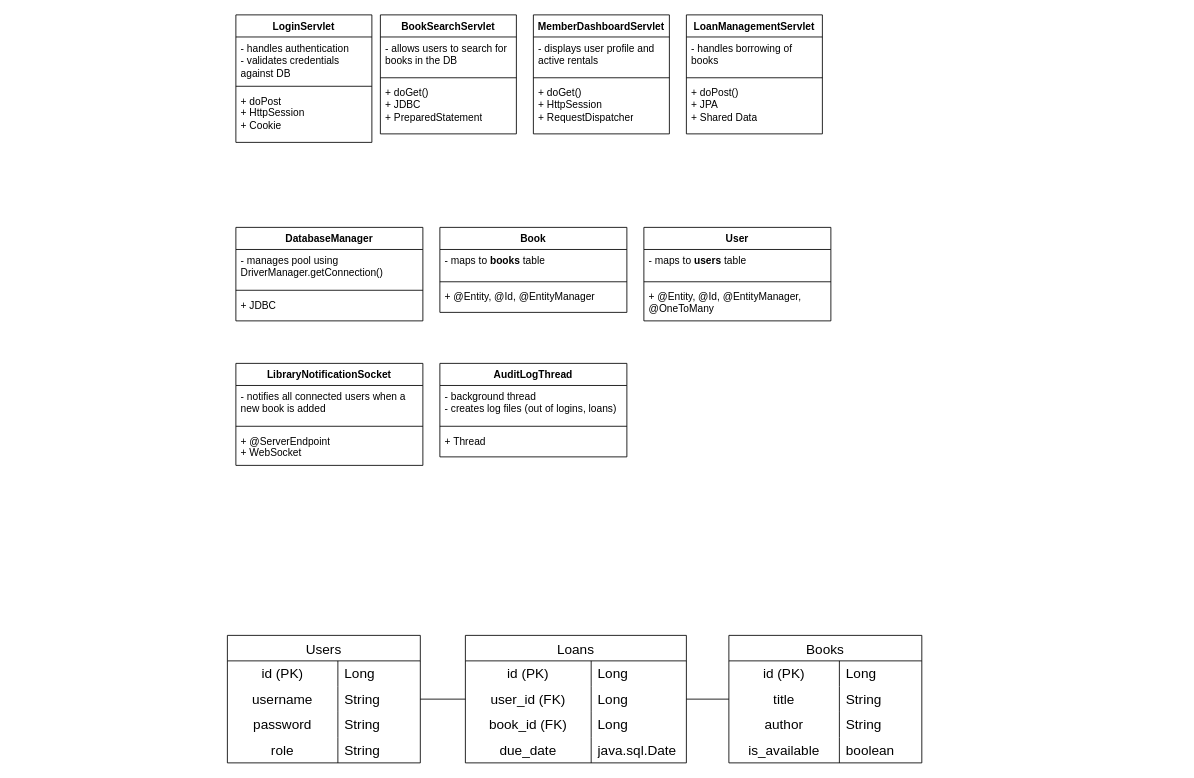
Earlier version of the draw.io diagram ProjectStructure.drawio (KubkoFrano/LibraryManagementSystem). Source tidied: cells renumbered, new cells numbered last; positions are measured from the earlier drawing's top-left corner, leaving out a move shared by most shapes. Both pictures are drawn from the tidied source at 85%, with x=0, y=0 at pixel (227, 14).
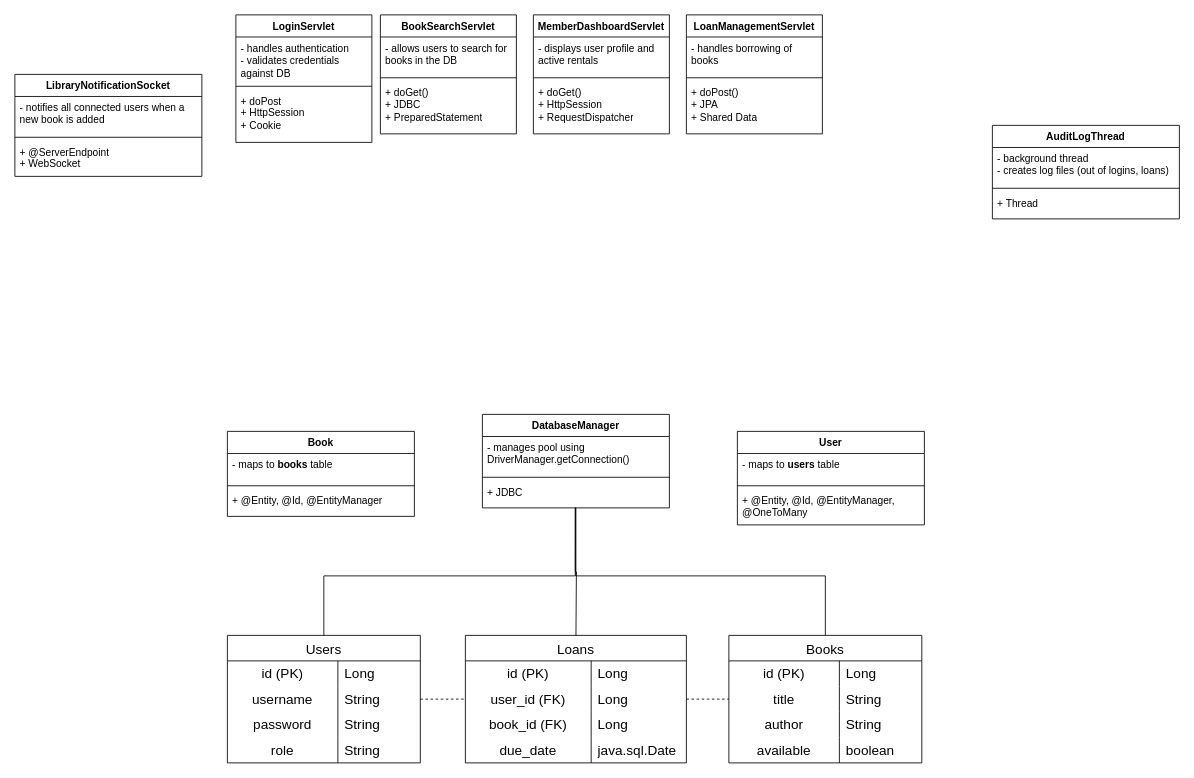
Above is the later version.

The change refers to these unchanged cells:
```xml
<mxCell id="21" value="+ JDBC" style="text;strokeColor=none;fillColor=none;align=left;verticalAlign=top;spacingLeft=4;spacingRight=4;overflow=hidden;points=[[0,0.5],[1,0.5]];portConstraint=eastwest;whiteSpace=wrap;html=1;" parent="18" vertex="1">
  <mxGeometry y="78" width="220" height="32" as="geometry" />
</mxCell>
<mxCell id="38" value="Users" style="shape=table;startSize=30;childLayout=tableLayout;rowLines=0;fontStyle=0;strokeColor=default;fontSize=16;" parent="1" vertex="1">
  <mxGeometry y="730" width="227" height="150" as="geometry" />
</mxCell>
<mxCell id="42" style="shape=tableRow;horizontal=0;startSize=0;swimlaneHead=0;swimlaneBody=0;top=0;left=0;bottom=0;right=0;fillColor=none;points=[[0,0.5],[1,0.5]];portConstraint=eastwest;strokeColor=inherit;fontSize=16;" parent="38" vertex="1">
  <mxGeometry y="60" width="227" height="30" as="geometry" />
</mxCell>
<mxCell id="51" value="Books" style="shape=table;startSize=30;childLayout=tableLayout;rowLines=0;fontStyle=0;strokeColor=default;fontSize=16;" parent="1" vertex="1">
  <mxGeometry x="590" y="730" width="227" height="150" as="geometry" />
</mxCell>
<mxCell id="55" style="shape=tableRow;horizontal=0;startSize=0;swimlaneHead=0;swimlaneBody=0;top=0;left=0;bottom=0;right=0;fillColor=none;points=[[0,0.5],[1,0.5]];portConstraint=eastwest;strokeColor=inherit;fontSize=16;" parent="51" vertex="1">
  <mxGeometry y="60" width="227" height="30" as="geometry" />
</mxCell>
<mxCell id="61" style="shape=tableRow;horizontal=0;startSize=0;swimlaneHead=0;swimlaneBody=0;top=0;left=0;bottom=0;right=0;fillColor=none;strokeColor=inherit;fontSize=16;" parent="51" vertex="1">
  <mxGeometry y="120" width="227" height="30" as="geometry" />
</mxCell>
<mxCell id="68" style="shape=tableRow;horizontal=0;startSize=0;swimlaneHead=0;swimlaneBody=0;top=0;left=0;bottom=0;right=0;fillColor=none;points=[[0,0.5],[1,0.5]];portConstraint=eastwest;strokeColor=inherit;fontSize=16;" parent="64" vertex="1">
  <mxGeometry y="60" width="260" height="30" as="geometry" />
</mxCell>
```

The edit, as a diff of the source:
```diff
@@
     <mxCell id="18" value="DatabaseManager" style="swimlane;fontStyle=1;align=center;verticalAlign=top;horizontal=1;startSize=26;whiteSpace=wrap;html=1;" parent="1" vertex="1">
-      <mxGeometry x="10" y="250" width="220" height="110" as="geometry" />
+      <mxGeometry x="300" y="470" width="220" height="110" as="geometry" />
     </mxCell>
@@
     <mxCell id="22" value="Book" style="swimlane;fontStyle=1;align=center;verticalAlign=top;horizontal=1;startSize=26;whiteSpace=wrap;html=1;" parent="1" vertex="1">
-      <mxGeometry x="250" y="250" width="220" height="100" as="geometry" />
+      <mxGeometry y="490" width="220" height="100" as="geometry" />
     </mxCell>
@@
     <mxCell id="26" value="User" style="swimlane;fontStyle=1;align=center;verticalAlign=top;horizontal=1;startSize=26;whiteSpace=wrap;html=1;" parent="1" vertex="1">
-      <mxGeometry x="490" y="250" width="220" height="110" as="geometry" />
+      <mxGeometry x="600" y="490" width="220" height="110" as="geometry" />
     </mxCell>
@@
     <mxCell id="30" value="LibraryNotificationSocket" style="swimlane;fontStyle=1;align=center;verticalAlign=top;horizontal=1;startSize=26;whiteSpace=wrap;html=1;" parent="1" vertex="1">
-      <mxGeometry x="10" y="410" width="220" height="120" as="geometry" />
+      <mxGeometry x="-250" y="70" width="220" height="120" as="geometry" />
     </mxCell>
@@
     <mxCell id="34" value="AuditLogThread" style="swimlane;fontStyle=1;align=center;verticalAlign=top;horizontal=1;startSize=26;whiteSpace=wrap;html=1;" parent="1" vertex="1">
-      <mxGeometry x="250" y="410" width="220" height="110" as="geometry" />
+      <mxGeometry x="900" y="130" width="220" height="110" as="geometry" />
     </mxCell>
@@
+    <mxCell id="79" style="edgeStyle=orthogonalEdgeStyle;rounded=0;jettySize=auto;html=1;endArrow=none;endFill=0;entryX=0.497;entryY=1.019;entryDx=0;entryDy=0;entryPerimeter=0;" parent="1" edge="1" source="38" target="21">
+      <mxGeometry relative="1" as="geometry">
+        <Array as="points">
+          <mxPoint x="114" y="660" />
+          <mxPoint x="409" y="660" />
+        </Array>
+      </mxGeometry>
+    </mxCell>
@@
+    <mxCell id="80" style="edgeStyle=orthogonalEdgeStyle;rounded=0;jettySize=auto;html=1;endArrow=none;endFill=0;entryX=0.495;entryY=0.996;entryDx=0;entryDy=0;entryPerimeter=0;" parent="1" edge="1" source="51" target="21">
+      <mxGeometry relative="1" as="geometry">
+        <Array as="points">
+          <mxPoint x="704" y="660" />
+          <mxPoint x="410" y="660" />
+          <mxPoint x="410" y="580" />
+        </Array>
+      </mxGeometry>
+    </mxCell>
@@
-    <mxCell id="62" value="is_available" style="shape=partialRectangle;html=1;whiteSpace=wrap;fillColor=none;top=0;left=0;bottom=0;right=0;overflow=hidden;strokeColor=inherit;fontSize=16;" parent="61" vertex="1">
+    <mxCell id="62" value="available" style="shape=partialRectangle;html=1;whiteSpace=wrap;fillColor=none;top=0;left=0;bottom=0;right=0;overflow=hidden;strokeColor=inherit;fontSize=16;" parent="61" vertex="1">
       <mxGeometry width="130" height="30" as="geometry" />
     </mxCell>
@@
-    <mxCell id="77" style="edgeStyle=orthogonalEdgeStyle;rounded=0;jettySize=auto;html=1;exitX=1;exitY=0.5;exitDx=0;exitDy=0;entryX=0;entryY=0.5;entryDx=0;entryDy=0;endArrow=none;endFill=0;" parent="1" edge="1" source="42" target="68">
+    <mxCell id="77" style="edgeStyle=orthogonalEdgeStyle;rounded=0;jettySize=auto;html=1;exitX=1;exitY=0.5;exitDx=0;exitDy=0;entryX=0;entryY=0.5;entryDx=0;entryDy=0;endArrow=none;endFill=0;dashed=1;" parent="1" edge="1" source="42" target="68">
       <mxGeometry relative="1" as="geometry" />
     </mxCell>
-    <mxCell id="78" style="edgeStyle=orthogonalEdgeStyle;rounded=0;jettySize=auto;html=1;exitX=1;exitY=0.5;exitDx=0;exitDy=0;entryX=0;entryY=0.5;entryDx=0;entryDy=0;endArrow=none;endFill=0;" parent="1" edge="1" source="68" target="55">
+    <mxCell id="78" style="edgeStyle=orthogonalEdgeStyle;rounded=0;jettySize=auto;html=1;exitX=1;exitY=0.5;exitDx=0;exitDy=0;entryX=0;entryY=0.5;entryDx=0;entryDy=0;endArrow=none;endFill=0;dashed=1;" parent="1" edge="1" source="68" target="55">
       <mxGeometry relative="1" as="geometry" />
     </mxCell>
+    <mxCell id="81" style="edgeStyle=orthogonalEdgeStyle;rounded=0;jettySize=auto;html=1;endArrow=none;endFill=0;entryX=0.497;entryY=1.007;entryDx=0;entryDy=0;entryPerimeter=0;" parent="1" edge="1" target="21">
+      <mxGeometry relative="1" as="geometry">
+        <mxPoint x="410.1" y="730.6" as="sourcePoint" />
+      </mxGeometry>
+    </mxCell>
```
